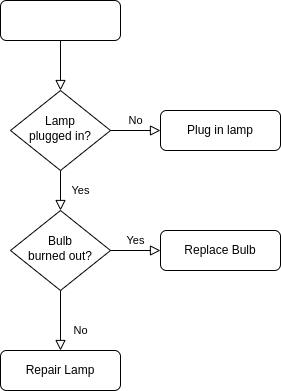
This is Flowchart.drawio.png from FedeMala00/second_assignment, a draw.io export, as it was before one commit. Source tidied: cells renumbered, new cells last; positions are measured from the earlier drawing's top-left corner, leaving out a move shared by most shapes.
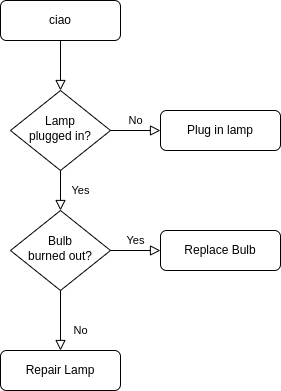
After the commit.

Diff of the diagram source:
```diff
@@ -5,7 +5,7 @@
     <mxCell id="2" style="rounded=0;html=1;jettySize=auto;fontSize=11;endArrow=block;endFill=0;endSize=8;strokeWidth=1;shadow=0;labelBackgroundColor=none;edgeStyle=orthogonalEdgeStyle;" parent="1" edge="1" source="3" target="6">
       <mxGeometry relative="1" as="geometry" />
     </mxCell>
-    <mxCell id="3" style="rounded=1;whiteSpace=wrap;html=1;fontSize=12;glass=0;strokeWidth=1;shadow=0;" parent="1" vertex="1">
+    <mxCell id="3" value="ciao" style="rounded=1;whiteSpace=wrap;html=1;fontSize=12;glass=0;strokeWidth=1;shadow=0;" parent="1" vertex="1">
       <mxGeometry width="120" height="40" as="geometry" />
     </mxCell>
     <mxCell id="4" value="Yes" style="rounded=0;html=1;jettySize=auto;fontSize=11;endArrow=block;endFill=0;endSize=8;strokeWidth=1;shadow=0;labelBackgroundColor=none;edgeStyle=orthogonalEdgeStyle;" parent="1" edge="1" source="6" target="10">
```
